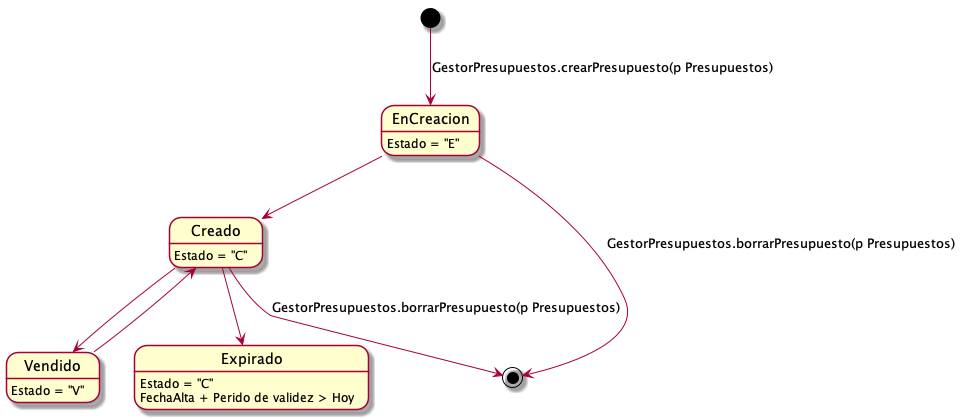
ZMGestion/DocumentacionZMGestion keeps this PlantUML diagram as Informe Final/Imagenes/DiagramasEstado/DiagramaDeEstado/presupuestos.png. Above is the earlier version.
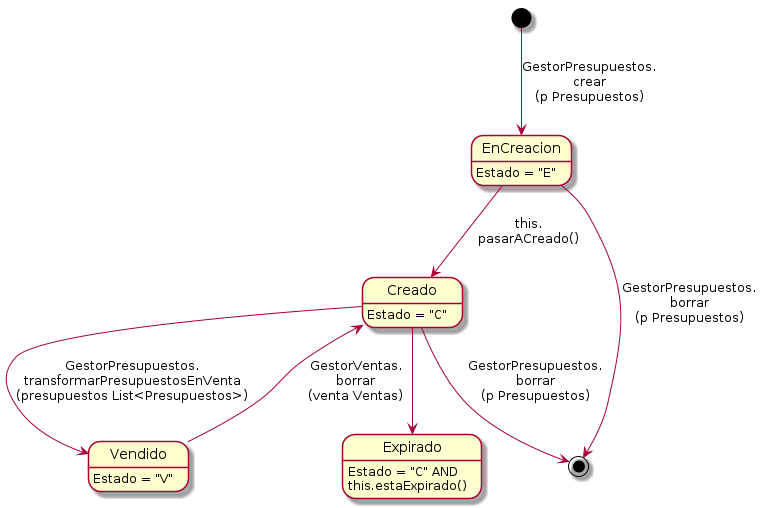
Later version of the same file.

What changed in the source:
```diff
@@ -3,15 +3,15 @@
 EnCreacion: Estado = "E"
 Creado: Estado = "C"
 Vendido: Estado = "V"
-Expirado: Estado = "C"
-Expirado: FechaAlta + Perido de validez > Hoy
+Expirado: Estado = "C" AND
+Expirado: this.estaExpirado()
 
-[*] --> EnCreacion: GestorPresupuestos.crearPresupuesto(p Presupuestos)
-EnCreacion --> Creado
-Creado --> Vendido
+[*] --> EnCreacion: GestorPresupuestos.\ncrear\n(p Presupuestos)
+EnCreacion --> Creado: this.\npasarACreado()
+Creado --> Vendido: GestorPresupuestos.\ntransformarPresupuestosEnVenta\n(presupuestos List<Presupuestos>)
 Creado --> Expirado
-Vendido --> Creado
-EnCreacion --> [*]: GestorPresupuestos.borrarPresupuesto(p Presupuestos)
-Creado --> [*]: GestorPresupuestos.borrarPresupuesto(p Presupuestos)
+Vendido --> Creado: GestorVentas.\nborrar\n(venta Ventas)
+EnCreacion --> [*]: GestorPresupuestos.\nborrar\n(p Presupuestos)
+Creado --> [*]: GestorPresupuestos.\nborrar\n(p Presupuestos)
 
 @enduml
```
